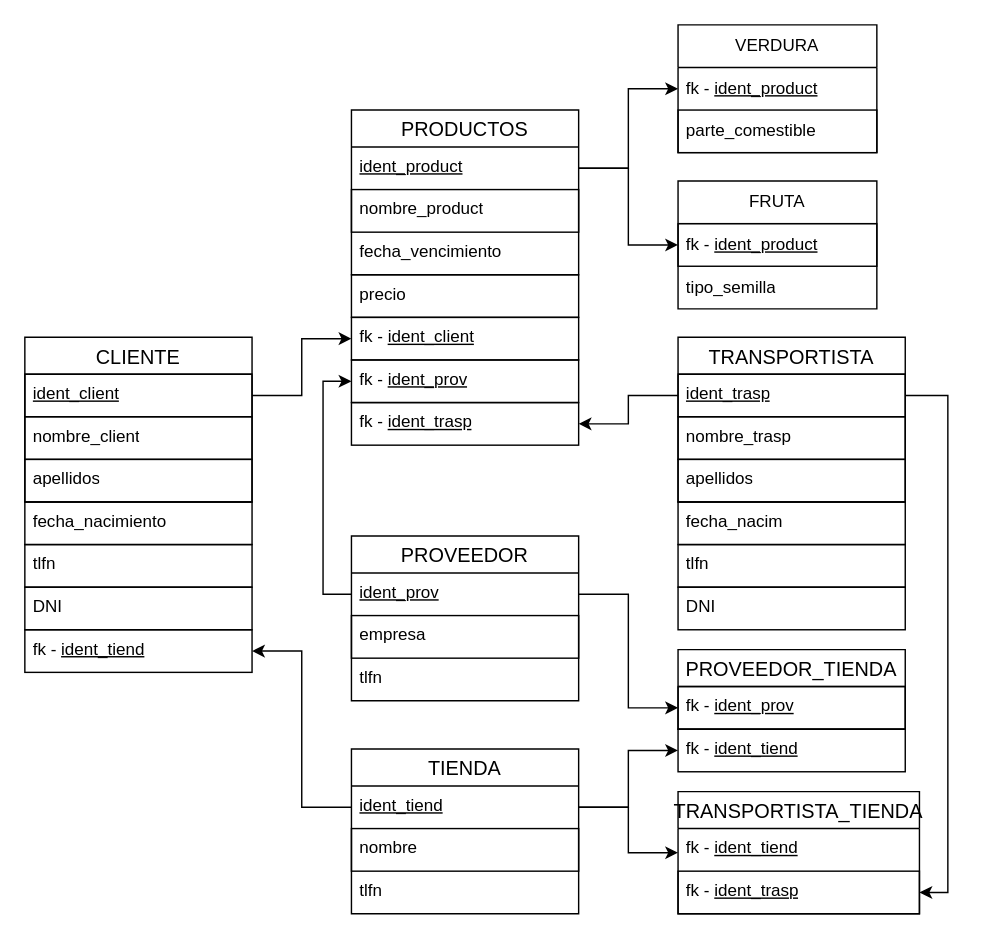
The draw.io diagram Bases_de_Datos/Entidad_Relacion/Diagrama modelo relacional.drawio in UNAI42MB/GRUPO3-UNAI-NELSON-ADRIAN, before the edit. Source tidied: cells renumbered, new cells numbered last; positions are measured from the earlier drawing's top-left corner, leaving out a move shared by most shapes. Both pictures are drawn from the tidied source at 142%, with x=0, y=0 at pixel (24, 24).
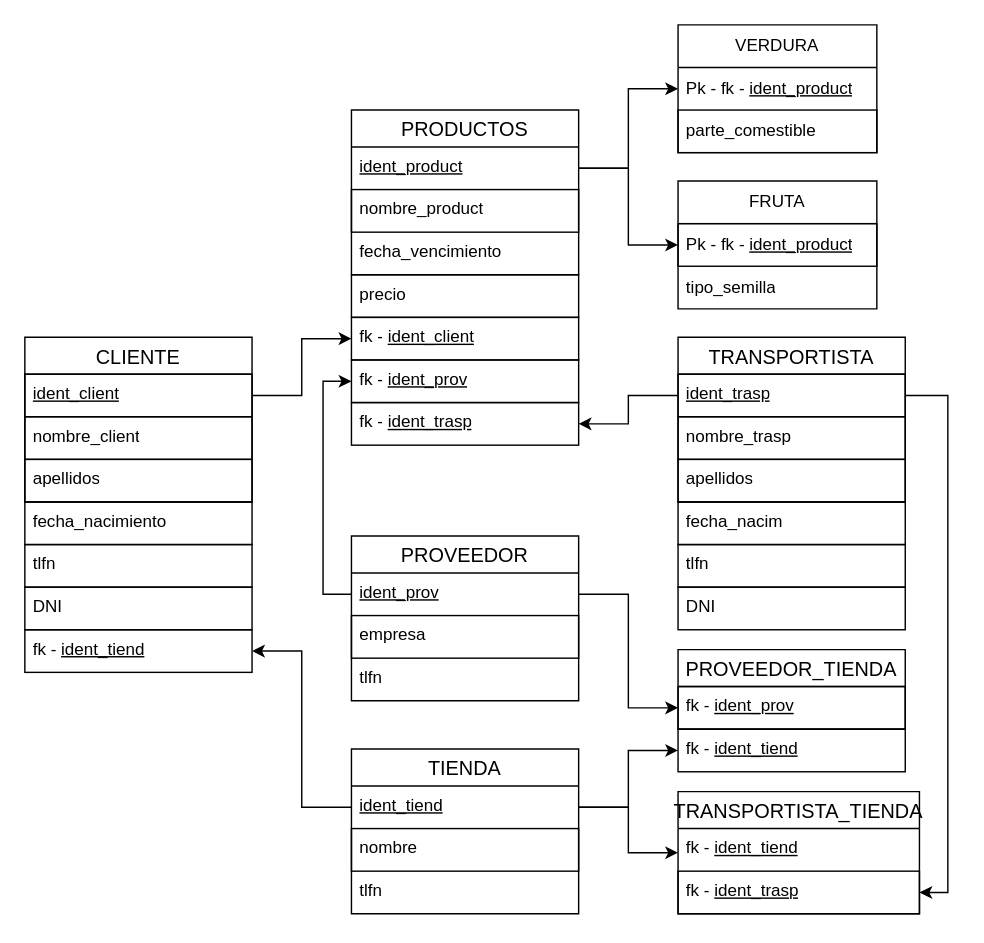
Above is the later version.

Commit message:
Corrijo el modelo relacional

Unchanged cells that the change refers to:
```xml
<mxCell id="53" value="FRUTA" style="swimlane;fontStyle=0;horizontal=1;startSize=30;whiteSpace=wrap;html=1;" parent="1" vertex="1">
  <mxGeometry x="460" y="110" width="140" height="90" as="geometry" />
</mxCell>
<mxCell id="56" value="VERDURA" style="swimlane;fontStyle=0;horizontal=1;startSize=30;whiteSpace=wrap;html=1;" parent="1" vertex="1">
  <mxGeometry x="460" width="140" height="90" as="geometry" />
</mxCell>
```

What changed in the source:
```diff
@@
-    <mxCell id="54" value="&lt;span style=&quot;text-align: center;&quot;&gt;fk -&amp;nbsp;&lt;/span&gt;&lt;u style=&quot;text-align: center;&quot;&gt;ident_product&lt;/u&gt;" style="text;strokeColor=default;fillColor=none;align=left;verticalAlign=middle;spacingLeft=4;spacingRight=4;overflow=hidden;points=[[0,0.5],[1,0.5]];portConstraint=eastwest;whiteSpace=wrap;html=1;" parent="53" vertex="1">
+    <mxCell id="54" value="&lt;span style=&quot;text-align: center;&quot;&gt;Pk - fk -&amp;nbsp;&lt;/span&gt;&lt;u style=&quot;text-align: center;&quot;&gt;ident_product&lt;/u&gt;" style="text;strokeColor=default;fillColor=none;align=left;verticalAlign=middle;spacingLeft=4;spacingRight=4;overflow=hidden;points=[[0,0.5],[1,0.5]];portConstraint=eastwest;whiteSpace=wrap;html=1;" parent="53" vertex="1">
       <mxGeometry y="30" width="140" height="30" as="geometry" />
     </mxCell>
@@
-    <mxCell id="57" value="&lt;span style=&quot;text-align: center;&quot;&gt;fk -&amp;nbsp;&lt;/span&gt;&lt;u style=&quot;text-align: center;&quot;&gt;ident_product&lt;/u&gt;" style="text;strokeColor=none;fillColor=none;align=left;verticalAlign=middle;spacingLeft=4;spacingRight=4;overflow=hidden;points=[[0,0.5],[1,0.5]];portConstraint=eastwest;whiteSpace=wrap;html=1;" parent="56" vertex="1">
+    <mxCell id="57" value="&lt;span style=&quot;text-align: center;&quot;&gt;Pk - fk -&amp;nbsp;&lt;/span&gt;&lt;u style=&quot;text-align: center;&quot;&gt;ident_product&lt;/u&gt;" style="text;strokeColor=none;fillColor=none;align=left;verticalAlign=middle;spacingLeft=4;spacingRight=4;overflow=hidden;points=[[0,0.5],[1,0.5]];portConstraint=eastwest;whiteSpace=wrap;html=1;" parent="56" vertex="1">
       <mxGeometry y="30" width="140" height="30" as="geometry" />
     </mxCell>
```
